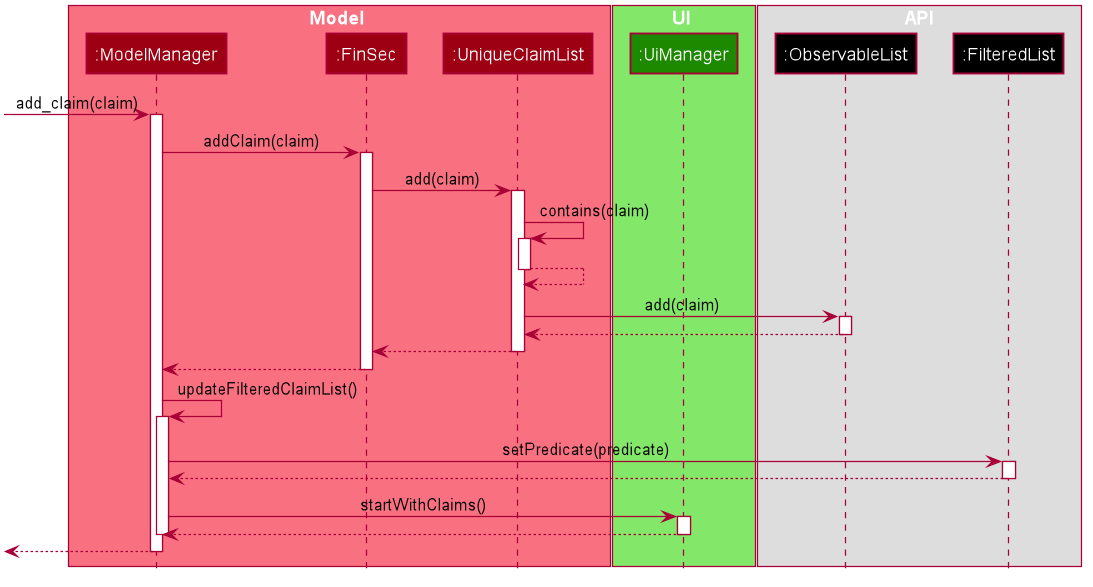
The PlantUML diagram images/AddClaimSequenceDiagram_Model.png in AY1920S1-CS2103T-W12-1/main, before a commit.
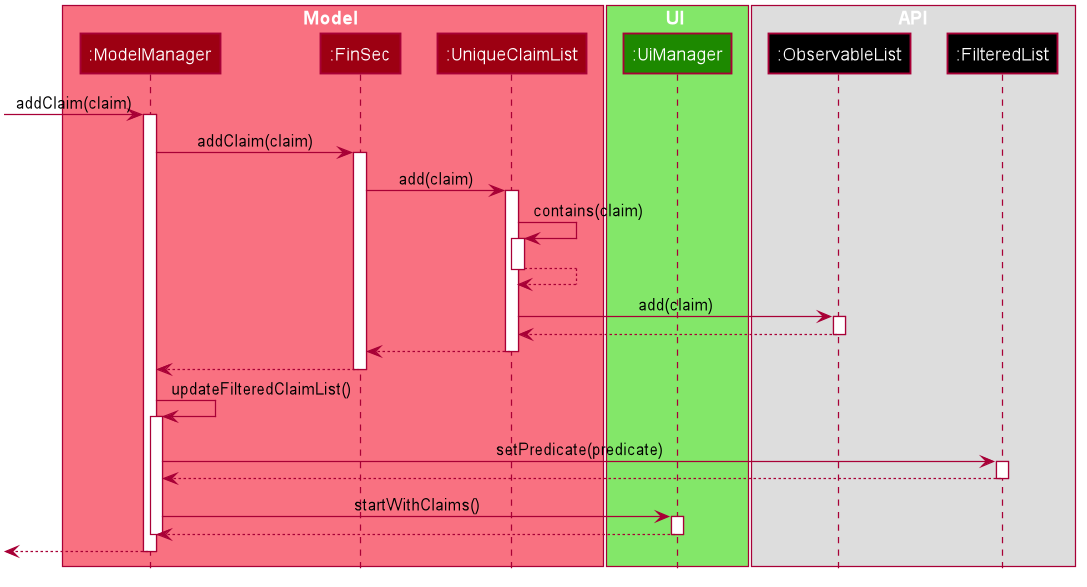
The same diagram one commit later.

Change to the diagram source:
```diff
@@ -64,7 +64,7 @@
 participant ":FilteredList" as FilteredList #000000
 end box
 
-[-> ModelManager : add_claim(claim)
+[-> ModelManager : addClaim(claim)
 activate ModelManager
 
 ModelManager -> FinSec : addClaim(claim)
```
